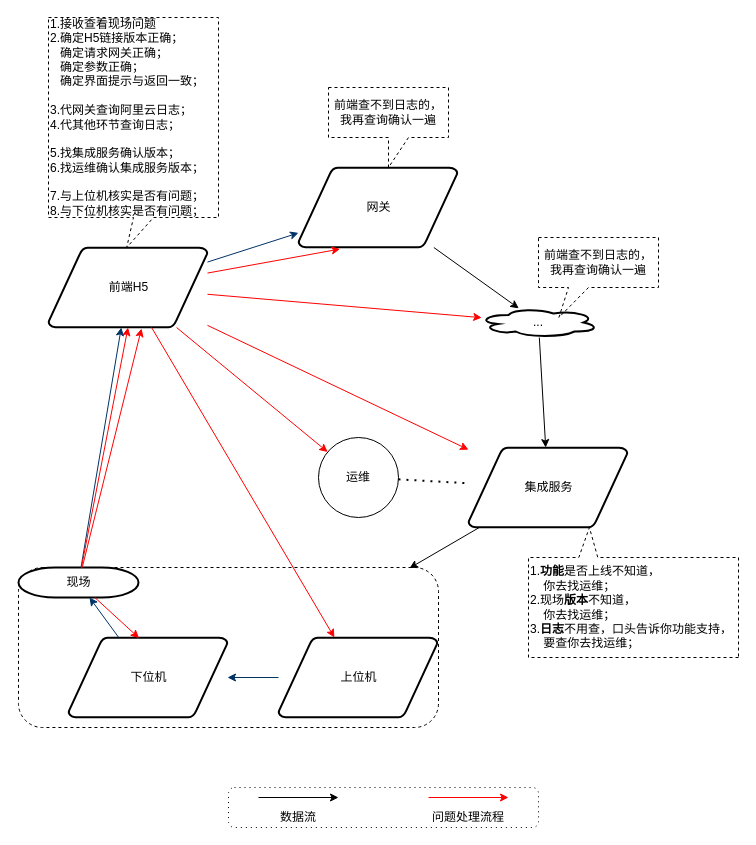
The draw.io diagram Untitled Diagram.drawio in zhaojiami/zhaojiami.github.io, before the edit. Source tidied: cells renumbered, new cells numbered last; positions are measured from the earlier drawing's top-left corner, leaving out a move shared by most shapes. Both pictures are drawn from the tidied source at 100%, with x=0, y=0 at pixel (18, 17).
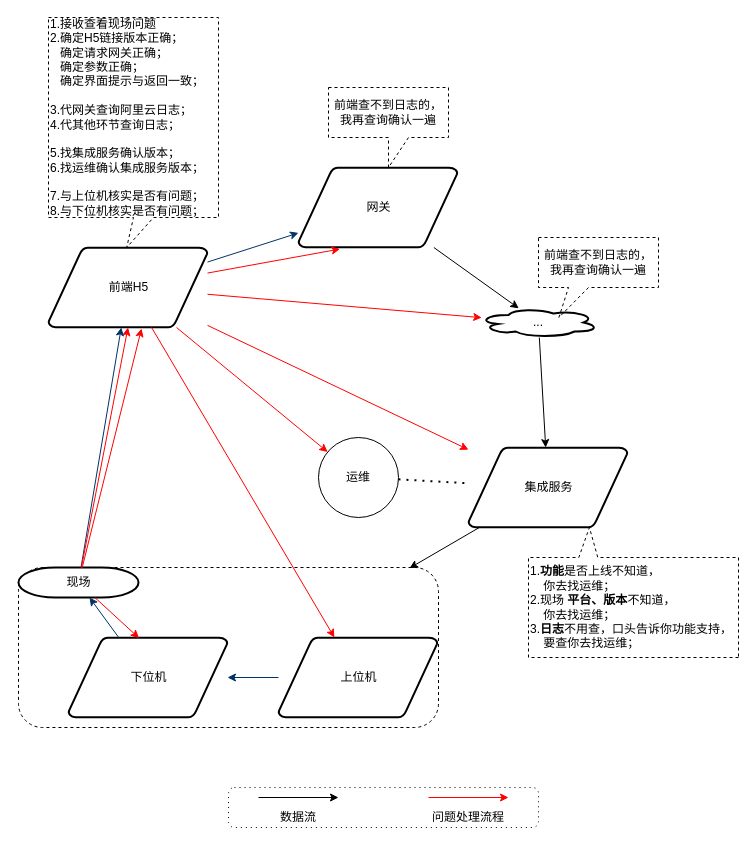
The same diagram, later.

Diff of the diagram source:
```diff
@@
-    <mxCell id="35" value="1.&lt;b&gt;功能&lt;/b&gt;是否上线不知道，&lt;br&gt;&amp;nbsp; &amp;nbsp; 你去找运维；&lt;br&gt;2.现场&lt;b&gt;版本&lt;/b&gt;不知道，&lt;br&gt;&amp;nbsp; &amp;nbsp; 你去找运维；&lt;br&gt;3.&lt;b&gt;日志&lt;/b&gt;不用查，口头告诉你功能支持，&lt;br&gt;&amp;nbsp; &amp;nbsp; 要查你去找运维；" style="shape=callout;whiteSpace=wrap;html=1;perimeter=calloutPerimeter;dashed=1;fillColor=none;gradientColor=none;size=30;position=0.67;position2=0.71;base=19;direction=west;align=left;" parent="1" vertex="1">
+    <mxCell id="35" value="1.&lt;b&gt;功能&lt;/b&gt;是否上线不知道，&lt;br&gt;&amp;nbsp; &amp;nbsp; 你去找运维；&lt;br&gt;2.现场 &lt;b&gt;平台、&lt;/b&gt;&lt;b&gt;版本&lt;/b&gt;不知道，&lt;br&gt;&amp;nbsp; &amp;nbsp; 你去找运维；&lt;br&gt;3.&lt;b&gt;日志&lt;/b&gt;不用查，口头告诉你功能支持，&lt;br&gt;&amp;nbsp; &amp;nbsp; 要查你去找运维；" style="shape=callout;whiteSpace=wrap;html=1;perimeter=calloutPerimeter;dashed=1;fillColor=none;gradientColor=none;size=30;position=0.67;position2=0.71;base=19;direction=west;align=left;" parent="1" vertex="1">
       <mxGeometry x="510" y="510" width="210" height="130" as="geometry" />
     </mxCell>
```
